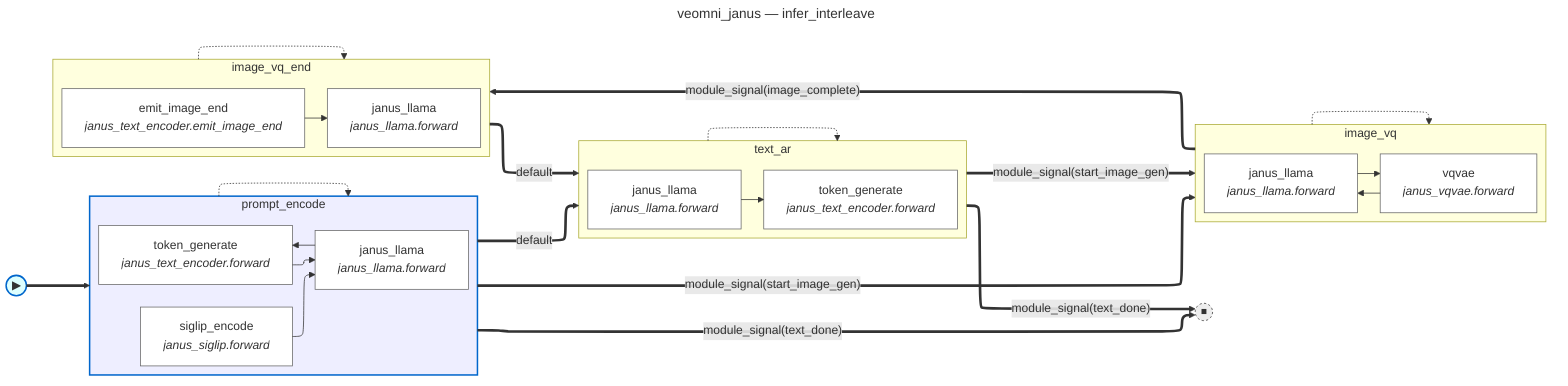
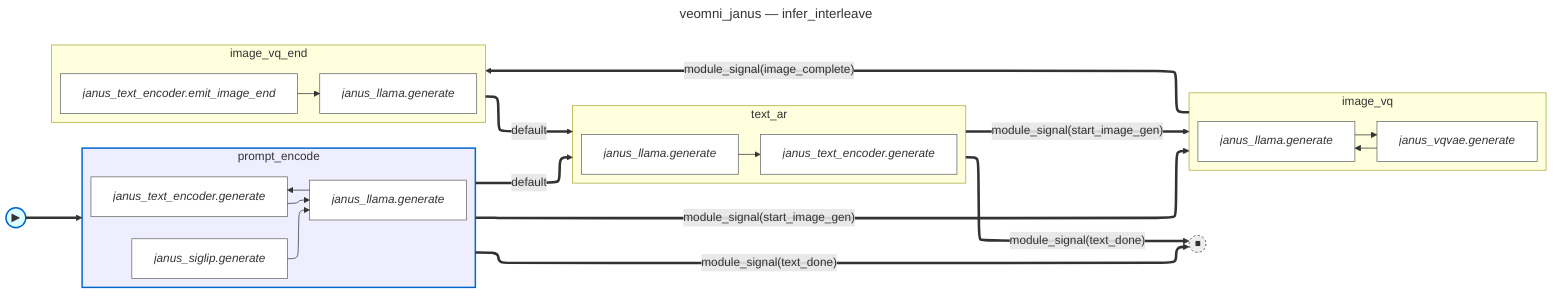
---
title: veomni_janus — infer_interleave
---
%%{init: {'flowchart': {'defaultRenderer': 'elk'}}}%%
flowchart LR
    fsm_start(("▶")):::fsm_start
    fsm_done(("⏹")):::fsm_terminal
    subgraph state_prompt_encode [prompt_encode]
        direction LR
-         prompt_encode__siglip_encode["siglip_encode<br/><i>janus_siglip.forward</i>"]:::body_node
-         prompt_encode__janus_llama["janus_llama<br/><i>janus_llama.forward</i>"]:::body_node
-         prompt_encode__token_generate["token_generate<br/><i>janus_text_encoder.forward</i>"]:::body_node
-         prompt_encode__siglip_encode --> prompt_encode__janus_llama
-         prompt_encode__token_generate --> prompt_encode__janus_llama
-         prompt_encode__janus_llama --> prompt_encode__token_generate
+         prompt_encode__janus_siglip_generate["<i>janus_siglip.generate</i>"]:::body_node
+         prompt_encode__janus_llama_generate["<i>janus_llama.generate</i>"]:::body_node
+         prompt_encode__janus_text_encoder_generate["<i>janus_text_encoder.generate</i>"]:::body_node
+         prompt_encode__janus_siglip_generate --> prompt_encode__janus_llama_generate
+         prompt_encode__janus_text_encoder_generate --> prompt_encode__janus_llama_generate
+         prompt_encode__janus_llama_generate --> prompt_encode__janus_text_encoder_generate
    end
    subgraph state_text_ar [text_ar]
        direction LR
-         text_ar__janus_llama["janus_llama<br/><i>janus_llama.forward</i>"]:::body_node
-         text_ar__token_generate["token_generate<br/><i>janus_text_encoder.forward</i>"]:::body_node
-         text_ar__janus_llama --> text_ar__token_generate
+         text_ar__janus_llama_generate["<i>janus_llama.generate</i>"]:::body_node
+         text_ar__janus_text_encoder_generate["<i>janus_text_encoder.generate</i>"]:::body_node
+         text_ar__janus_llama_generate --> text_ar__janus_text_encoder_generate
    end
    subgraph state_image_vq [image_vq]
        direction LR
-         image_vq__vqvae["vqvae<br/><i>janus_vqvae.forward</i>"]:::body_node
-         image_vq__janus_llama["janus_llama<br/><i>janus_llama.forward</i>"]:::body_node
-         image_vq__vqvae --> image_vq__janus_llama
-         image_vq__janus_llama --> image_vq__vqvae
+         image_vq__janus_vqvae_generate["<i>janus_vqvae.generate</i>"]:::body_node
+         image_vq__janus_llama_generate["<i>janus_llama.generate</i>"]:::body_node
+         image_vq__janus_vqvae_generate --> image_vq__janus_llama_generate
+         image_vq__janus_llama_generate --> image_vq__janus_vqvae_generate
    end
    subgraph state_image_vq_end [image_vq_end]
        direction LR
-         image_vq_end__emit_image_end["emit_image_end<br/><i>janus_text_encoder.emit_image_end</i>"]:::body_node
-         image_vq_end__janus_llama["janus_llama<br/><i>janus_llama.forward</i>"]:::body_node
-         image_vq_end__emit_image_end --> image_vq_end__janus_llama
+         image_vq_end__janus_text_encoder_emit_image_end["<i>janus_text_encoder.emit_image_end</i>"]:::body_node
+         image_vq_end__janus_llama_generate["<i>janus_llama.generate</i>"]:::body_node
+         image_vq_end__janus_text_encoder_emit_image_end --> image_vq_end__janus_llama_generate
    end
-     state_prompt_encode -.-> state_prompt_encode
-     state_text_ar -.-> state_text_ar
-     state_image_vq -.-> state_image_vq
-     state_image_vq_end -.-> state_image_vq_end
    fsm_start ==> state_prompt_encode
    state_prompt_encode ==>|"module_signal(start_image_gen)"| state_image_vq
    state_prompt_encode ==>|"module_signal(text_done)"| fsm_done
    state_prompt_encode ==>|"default"| state_text_ar
    state_text_ar ==>|"module_signal(start_image_gen)"| state_image_vq
    state_text_ar ==>|"module_signal(text_done)"| fsm_done
    state_image_vq ==>|"module_signal(image_complete)"| state_image_vq_end
    state_image_vq_end ==>|"default"| state_text_ar
    classDef body_node fill:#fff,stroke:#666
    classDef fsm_start fill:#dff,stroke:#06c,stroke-width:2px
    classDef fsm_terminal fill:#eee,stroke:#333,stroke-width:1px,stroke-dasharray:3 3
    style state_prompt_encode fill:#eef,stroke:#06c,stroke-width:2px
